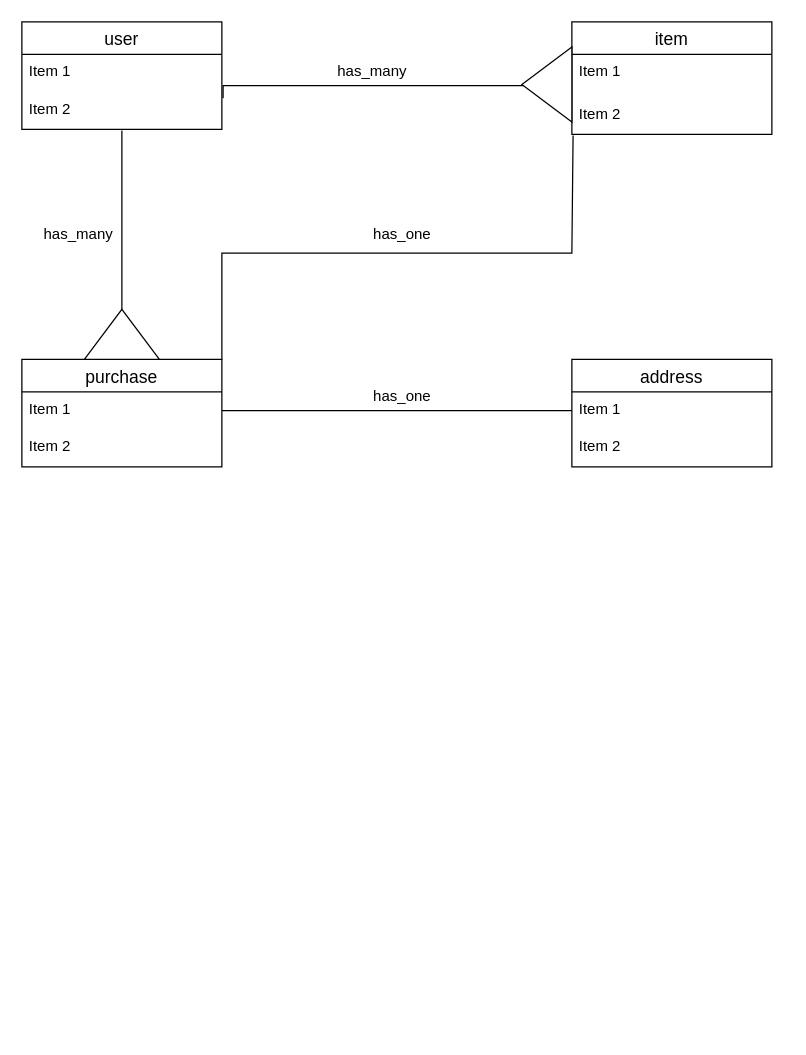
Before: .dio in kojimadaiki/furima-32600, a draw.io diagram. Source tidied: cells renumbered, new cells numbered last; positions are measured from the earlier drawing's top-left corner, leaving out a move shared by most shapes. Both pictures are drawn from the tidied source at 125%, with x=0, y=0 at pixel (21, 21).
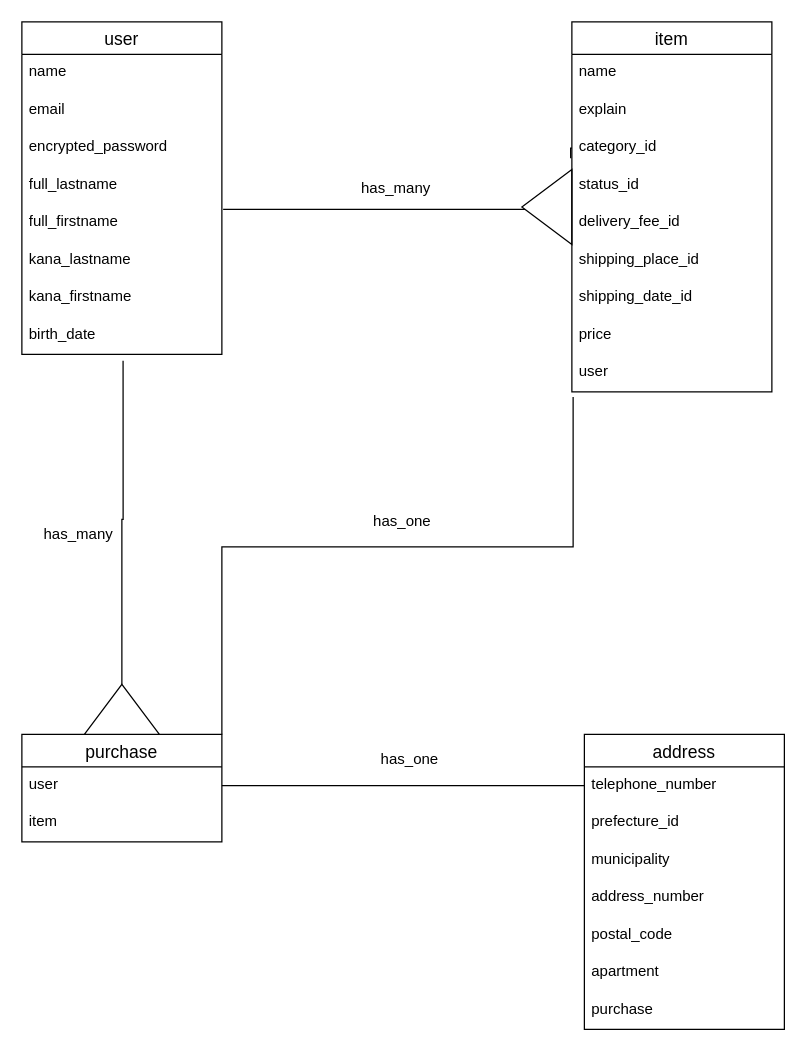
After the change.

Change to the diagram source:
```diff
@@
-    <mxCell id="2" value="item" style="swimlane;fontStyle=0;horizontal=1;startSize=26;align=center;fontSize=14;" parent="1" vertex="1">
-      <mxGeometry x="440" width="160" height="90" as="geometry" />
-    </mxCell>
-    <mxCell id="3" value="Item 1" style="text;strokeColor=none;fillColor=none;spacingLeft=4;spacingRight=4;overflow=hidden;fontSize=12;" parent="2" vertex="1">
-      <mxGeometry y="26" width="160" height="34" as="geometry" />
-    </mxCell>
-    <mxCell id="4" value="Item 2" style="text;strokeColor=none;fillColor=none;spacingLeft=4;spacingRight=4;overflow=hidden;points=[[0,0.5],[1,0.5]];portConstraint=eastwest;fontSize=12;" parent="2" vertex="1">
-      <mxGeometry y="60" width="160" height="30" as="geometry" />
-    </mxCell>
     <mxCell id="5" value="user" style="swimlane;fontStyle=0;horizontal=1;startSize=26;align=center;fontSize=14;" parent="1" vertex="1">
-      <mxGeometry width="160" height="86" as="geometry" />
+      <mxGeometry width="160" height="266" as="geometry" />
     </mxCell>
-    <mxCell id="6" value="Item 1&#10;" style="text;strokeColor=none;fillColor=none;spacingLeft=4;spacingRight=4;overflow=hidden;fontSize=12;" parent="5" vertex="1">
+    <mxCell id="6" value="name" style="text;strokeColor=none;fillColor=none;spacingLeft=4;spacingRight=4;overflow=hidden;fontSize=12;" parent="5" vertex="1">
       <mxGeometry y="26" width="160" height="30" as="geometry" />
     </mxCell>
-    <mxCell id="7" value="Item 2" style="text;strokeColor=none;fillColor=none;spacingLeft=4;spacingRight=4;overflow=hidden;points=[[0,0.5],[1,0.5]];portConstraint=eastwest;fontSize=12;" parent="5" vertex="1">
+    <mxCell id="7" value="email" style="text;strokeColor=none;fillColor=none;spacingLeft=4;spacingRight=4;overflow=hidden;points=[[0,0.5],[1,0.5]];portConstraint=eastwest;fontSize=12;" parent="5" vertex="1">
       <mxGeometry y="56" width="160" height="30" as="geometry" />
     </mxCell>
+    <mxCell id="24" value="encrypted_password" style="text;strokeColor=none;fillColor=none;spacingLeft=4;spacingRight=4;overflow=hidden;fontSize=12;" parent="5" vertex="1">
+      <mxGeometry y="86" width="160" height="30" as="geometry" />
+    </mxCell>
+    <mxCell id="25" value="full_lastname" style="text;strokeColor=none;fillColor=none;spacingLeft=4;spacingRight=4;overflow=hidden;fontSize=12;" parent="5" vertex="1">
+      <mxGeometry y="116" width="160" height="30" as="geometry" />
+    </mxCell>
+    <mxCell id="26" value="full_firstname" style="text;strokeColor=none;fillColor=none;spacingLeft=4;spacingRight=4;overflow=hidden;fontSize=12;" parent="5" vertex="1">
+      <mxGeometry y="146" width="160" height="30" as="geometry" />
+    </mxCell>
+    <mxCell id="27" value="kana_lastname" style="text;strokeColor=none;fillColor=none;spacingLeft=4;spacingRight=4;overflow=hidden;fontSize=12;" parent="5" vertex="1">
+      <mxGeometry y="176" width="160" height="30" as="geometry" />
+    </mxCell>
+    <mxCell id="28" value="kana_firstname" style="text;strokeColor=none;fillColor=none;spacingLeft=4;spacingRight=4;overflow=hidden;fontSize=12;" parent="5" vertex="1">
+      <mxGeometry y="206" width="160" height="30" as="geometry" />
+    </mxCell>
+    <mxCell id="29" value="birth_date" style="text;strokeColor=none;fillColor=none;spacingLeft=4;spacingRight=4;overflow=hidden;points=[[0,0.5],[1,0.5]];portConstraint=eastwest;fontSize=12;" parent="5" vertex="1">
+      <mxGeometry y="236" width="160" height="30" as="geometry" />
+    </mxCell>
+    <mxCell id="30" style="edgeStyle=orthogonalEdgeStyle;rounded=0;orthogonalLoop=1;jettySize=auto;html=1;exitX=1;exitY=0.5;exitDx=0;exitDy=0;endArrow=none;endFill=0;" parent="5" edge="1" source="7" target="7">
+      <mxGeometry relative="1" as="geometry" />
+    </mxCell>
-    <mxCell id="8" style="edgeStyle=orthogonalEdgeStyle;rounded=0;jettySize=auto;html=1;exitX=1;exitY=0;exitDx=0;exitDy=0;endArrow=none;endFill=0;entryX=0.006;entryY=1.033;entryDx=0;entryDy=0;entryPerimeter=0;" parent="1" edge="1" source="9" target="4">
+    <mxCell id="8" style="edgeStyle=orthogonalEdgeStyle;rounded=0;jettySize=auto;html=1;exitX=1;exitY=0;exitDx=0;exitDy=0;endArrow=none;endFill=0;" parent="1" edge="1" source="9">
       <mxGeometry relative="1" as="geometry">
+        <mxPoint x="441" y="300" as="targetPoint" />
         <Array as="points">
-          <mxPoint x="160" y="185" />
-          <mxPoint x="440" y="185" />
+          <mxPoint x="160" y="420" />
+          <mxPoint x="441" y="420" />
         </Array>
       </mxGeometry>
     </mxCell>
     <mxCell id="9" value="purchase" style="swimlane;fontStyle=0;horizontal=1;startSize=26;align=center;fontSize=14;" parent="1" vertex="1">
-      <mxGeometry y="270" width="160" height="86" as="geometry" />
+      <mxGeometry y="570" width="160" height="86" as="geometry" />
     </mxCell>
-    <mxCell id="10" value="Item 1" style="text;strokeColor=none;fillColor=none;spacingLeft=4;spacingRight=4;overflow=hidden;points=[[0,0.5],[1,0.5]];portConstraint=eastwest;fontSize=12;" parent="9" vertex="1">
+    <mxCell id="10" value="user" style="text;strokeColor=none;fillColor=none;spacingLeft=4;spacingRight=4;overflow=hidden;points=[[0,0.5],[1,0.5]];portConstraint=eastwest;fontSize=12;" parent="9" vertex="1">
       <mxGeometry y="26" width="160" height="30" as="geometry" />
     </mxCell>
-    <mxCell id="11" value="Item 2" style="text;strokeColor=none;fillColor=none;spacingLeft=4;spacingRight=4;overflow=hidden;fontSize=12;" parent="9" vertex="1">
+    <mxCell id="11" value="item" style="text;strokeColor=none;fillColor=none;spacingLeft=4;spacingRight=4;overflow=hidden;fontSize=12;" parent="9" vertex="1">
       <mxGeometry y="56" width="160" height="30" as="geometry" />
     </mxCell>
-    <mxCell id="12" value="address" style="swimlane;fontStyle=0;horizontal=1;startSize=26;align=center;fontSize=14;" parent="1" vertex="1">
-      <mxGeometry x="440" y="270" width="160" height="86" as="geometry" />
-    </mxCell>
-    <mxCell id="13" value="Item 1" style="text;strokeColor=none;fillColor=none;spacingLeft=4;spacingRight=4;overflow=hidden;points=[[0,0.5],[1,0.5]];portConstraint=eastwest;fontSize=12;" parent="12" vertex="1">
-      <mxGeometry y="26" width="160" height="30" as="geometry" />
-    </mxCell>
-    <mxCell id="14" value="Item 2" style="text;strokeColor=none;fillColor=none;spacingLeft=4;spacingRight=4;overflow=hidden;fontSize=12;" parent="12" vertex="1">
-      <mxGeometry y="56" width="160" height="30" as="geometry" />
-    </mxCell>
-    <mxCell id="15" style="edgeStyle=orthogonalEdgeStyle;rounded=0;jettySize=auto;html=1;endArrow=none;endFill=0;entryX=1.006;entryY=0.167;entryDx=0;entryDy=0;entryPerimeter=0;" parent="1" edge="1" source="16" target="7">
+    <mxCell id="15" style="edgeStyle=orthogonalEdgeStyle;rounded=0;jettySize=auto;html=1;endArrow=none;endFill=0;" parent="1" edge="1" source="16">
       <mxGeometry relative="1" as="geometry">
+        <mxPoint x="161" y="150" as="targetPoint" />
         <Array as="points">
-          <mxPoint x="161" y="51" />
+          <mxPoint x="420" y="150" />
+          <mxPoint x="161" y="150" />
         </Array>
       </mxGeometry>
     </mxCell>
     <mxCell id="16" style="triangle;whiteSpace=wrap;html=1;direction=west;" parent="1" vertex="1">
-      <mxGeometry x="400" y="20" width="40" height="60" as="geometry" />
+      <mxGeometry x="400" y="118" width="40" height="60" as="geometry" />
     </mxCell>
-    <mxCell id="17" style="edgeStyle=orthogonalEdgeStyle;rounded=0;jettySize=auto;html=1;entryX=0.5;entryY=1.033;entryDx=0;entryDy=0;entryPerimeter=0;endArrow=none;endFill=0;" parent="1" edge="1" source="18" target="7">
-      <mxGeometry relative="1" as="geometry" />
+    <mxCell id="17" style="edgeStyle=orthogonalEdgeStyle;rounded=0;jettySize=auto;html=1;endArrow=none;endFill=0;entryX=0.506;entryY=1.167;entryDx=0;entryDy=0;entryPerimeter=0;" parent="1" edge="1" source="18" target="29">
+      <mxGeometry relative="1" as="geometry">
+        <Array as="points">
+          <mxPoint x="80" y="398" />
+          <mxPoint x="81" y="398" />
+        </Array>
+      </mxGeometry>
     </mxCell>
     <mxCell id="18" style="triangle;whiteSpace=wrap;html=1;direction=north;" parent="1" vertex="1">
-      <mxGeometry x="50" y="230" width="60" height="40" as="geometry" />
+      <mxGeometry x="50" y="530" width="60" height="40" as="geometry" />
     </mxCell>
-    <mxCell id="19" style="edgeStyle=orthogonalEdgeStyle;rounded=0;jettySize=auto;html=1;exitX=1;exitY=0.5;exitDx=0;exitDy=0;entryX=0;entryY=0.5;entryDx=0;entryDy=0;endArrow=none;endFill=0;" parent="1" edge="1" source="10" target="13">
-      <mxGeometry relative="1" as="geometry" />
+    <mxCell id="19" style="edgeStyle=orthogonalEdgeStyle;rounded=0;jettySize=auto;html=1;exitX=1;exitY=0.5;exitDx=0;exitDy=0;entryX=0;entryY=0.5;entryDx=0;entryDy=0;endArrow=none;endFill=0;" parent="1" edge="1" source="10">
+      <mxGeometry relative="1" as="geometry">
+        <mxPoint x="450" y="611" as="targetPoint" />
+      </mxGeometry>
     </mxCell>
     <mxCell id="20" value="has_many&lt;br&gt;" style="text;html=1;align=center;verticalAlign=middle;" parent="1" vertex="1">
-      <mxGeometry x="245" y="30" width="70" height="20" as="geometry" />
+      <mxGeometry x="264" y="123" width="70" height="20" as="geometry" />
     </mxCell>
     <mxCell id="21" value="has_many" style="text;html=1;align=center;verticalAlign=middle;" parent="1" vertex="1">
-      <mxGeometry x="10" y="160" width="70" height="20" as="geometry" />
+      <mxGeometry x="10" y="400" width="70" height="20" as="geometry" />
     </mxCell>
     <mxCell id="22" value="has_one" style="text;html=1;align=center;verticalAlign=middle;" parent="1" vertex="1">
-      <mxGeometry x="273.5" y="290" width="60" height="20" as="geometry" />
+      <mxGeometry x="280" y="580" width="60" height="20" as="geometry" />
     </mxCell>
     <mxCell id="23" value="has_one" style="text;html=1;align=center;verticalAlign=middle;" parent="1" vertex="1">
-      <mxGeometry x="274" y="160" width="60" height="20" as="geometry" />
+      <mxGeometry x="274" y="390" width="60" height="20" as="geometry" />
     </mxCell>
+    <mxCell id="2" value="item" style="swimlane;fontStyle=0;horizontal=1;startSize=26;align=center;fontSize=14;" parent="1" vertex="1">
+      <mxGeometry x="440" width="160" height="296" as="geometry" />
+    </mxCell>
+    <mxCell id="31" value="name" style="text;strokeColor=none;fillColor=none;spacingLeft=4;spacingRight=4;overflow=hidden;fontSize=12;" parent="2" vertex="1">
+      <mxGeometry y="26" width="160" height="30" as="geometry" />
+    </mxCell>
+    <mxCell id="32" value="explain" style="text;strokeColor=none;fillColor=none;spacingLeft=4;spacingRight=4;overflow=hidden;fontSize=12;" parent="2" vertex="1">
+      <mxGeometry y="56" width="160" height="30" as="geometry" />
+    </mxCell>
+    <mxCell id="33" value="category_id" style="text;strokeColor=none;fillColor=none;spacingLeft=4;spacingRight=4;overflow=hidden;points=[[0,0.5],[1,0.5]];portConstraint=eastwest;fontSize=12;" parent="2" vertex="1">
+      <mxGeometry y="86" width="160" height="30" as="geometry" />
+    </mxCell>
+    <mxCell id="34" value="status_id" style="text;strokeColor=none;fillColor=none;spacingLeft=4;spacingRight=4;overflow=hidden;fontSize=12;" parent="2" vertex="1">
+      <mxGeometry y="116" width="160" height="30" as="geometry" />
+    </mxCell>
+    <mxCell id="35" value="delivery_fee_id" style="text;strokeColor=none;fillColor=none;spacingLeft=4;spacingRight=4;overflow=hidden;fontSize=12;" parent="2" vertex="1">
+      <mxGeometry y="146" width="160" height="30" as="geometry" />
+    </mxCell>
+    <mxCell id="36" value="shipping_place_id" style="text;strokeColor=none;fillColor=none;spacingLeft=4;spacingRight=4;overflow=hidden;fontSize=12;" parent="2" vertex="1">
+      <mxGeometry y="176" width="160" height="30" as="geometry" />
+    </mxCell>
+    <mxCell id="37" value="shipping_date_id" style="text;strokeColor=none;fillColor=none;spacingLeft=4;spacingRight=4;overflow=hidden;fontSize=12;" parent="2" vertex="1">
+      <mxGeometry y="206" width="160" height="30" as="geometry" />
+    </mxCell>
+    <mxCell id="38" value="price" style="text;strokeColor=none;fillColor=none;spacingLeft=4;spacingRight=4;overflow=hidden;fontSize=12;" parent="2" vertex="1">
+      <mxGeometry y="236" width="160" height="30" as="geometry" />
+    </mxCell>
+    <mxCell id="39" value="user" style="text;strokeColor=none;fillColor=none;spacingLeft=4;spacingRight=4;overflow=hidden;fontSize=12;" parent="2" vertex="1">
+      <mxGeometry y="266" width="160" height="30" as="geometry" />
+    </mxCell>
+    <mxCell id="40" style="edgeStyle=orthogonalEdgeStyle;rounded=0;orthogonalLoop=1;jettySize=auto;html=1;exitX=0;exitY=0.5;exitDx=0;exitDy=0;entryX=-0.006;entryY=0.767;entryDx=0;entryDy=0;entryPerimeter=0;endArrow=none;endFill=0;" parent="2" edge="1" source="33" target="33">
+      <mxGeometry relative="1" as="geometry">
+        <Array as="points">
+          <mxPoint x="-1" y="101" />
+        </Array>
+      </mxGeometry>
+    </mxCell>
+    <mxCell id="12" value="address" style="swimlane;fontStyle=0;horizontal=1;startSize=26;align=center;fontSize=14;" parent="1" vertex="1">
+      <mxGeometry x="450" y="570" width="160" height="236" as="geometry" />
+    </mxCell>
+    <mxCell id="41" value="telephone_number" style="text;strokeColor=none;fillColor=none;spacingLeft=4;spacingRight=4;overflow=hidden;fontSize=12;" parent="12" vertex="1">
+      <mxGeometry y="26" width="160" height="30" as="geometry" />
+    </mxCell>
+    <mxCell id="42" value="prefecture_id" style="text;strokeColor=none;fillColor=none;spacingLeft=4;spacingRight=4;overflow=hidden;fontSize=12;" parent="12" vertex="1">
+      <mxGeometry y="56" width="160" height="30" as="geometry" />
+    </mxCell>
+    <mxCell id="43" value="municipality" style="text;strokeColor=none;fillColor=none;spacingLeft=4;spacingRight=4;overflow=hidden;fontSize=12;" parent="12" vertex="1">
+      <mxGeometry y="86" width="160" height="30" as="geometry" />
+    </mxCell>
+    <mxCell id="44" value="address_number" style="text;strokeColor=none;fillColor=none;spacingLeft=4;spacingRight=4;overflow=hidden;fontSize=12;" parent="12" vertex="1">
+      <mxGeometry y="116" width="160" height="30" as="geometry" />
+    </mxCell>
+    <mxCell id="45" value="postal_code" style="text;strokeColor=none;fillColor=none;spacingLeft=4;spacingRight=4;overflow=hidden;fontSize=12;" parent="12" vertex="1">
+      <mxGeometry y="146" width="160" height="30" as="geometry" />
+    </mxCell>
+    <mxCell id="46" value="apartment" style="text;strokeColor=none;fillColor=none;spacingLeft=4;spacingRight=4;overflow=hidden;fontSize=12;" parent="12" vertex="1">
+      <mxGeometry y="176" width="160" height="30" as="geometry" />
+    </mxCell>
+    <mxCell id="47" value="purchase" style="text;strokeColor=none;fillColor=none;spacingLeft=4;spacingRight=4;overflow=hidden;fontSize=12;" parent="12" vertex="1">
+      <mxGeometry y="206" width="160" height="30" as="geometry" />
+    </mxCell>
```
